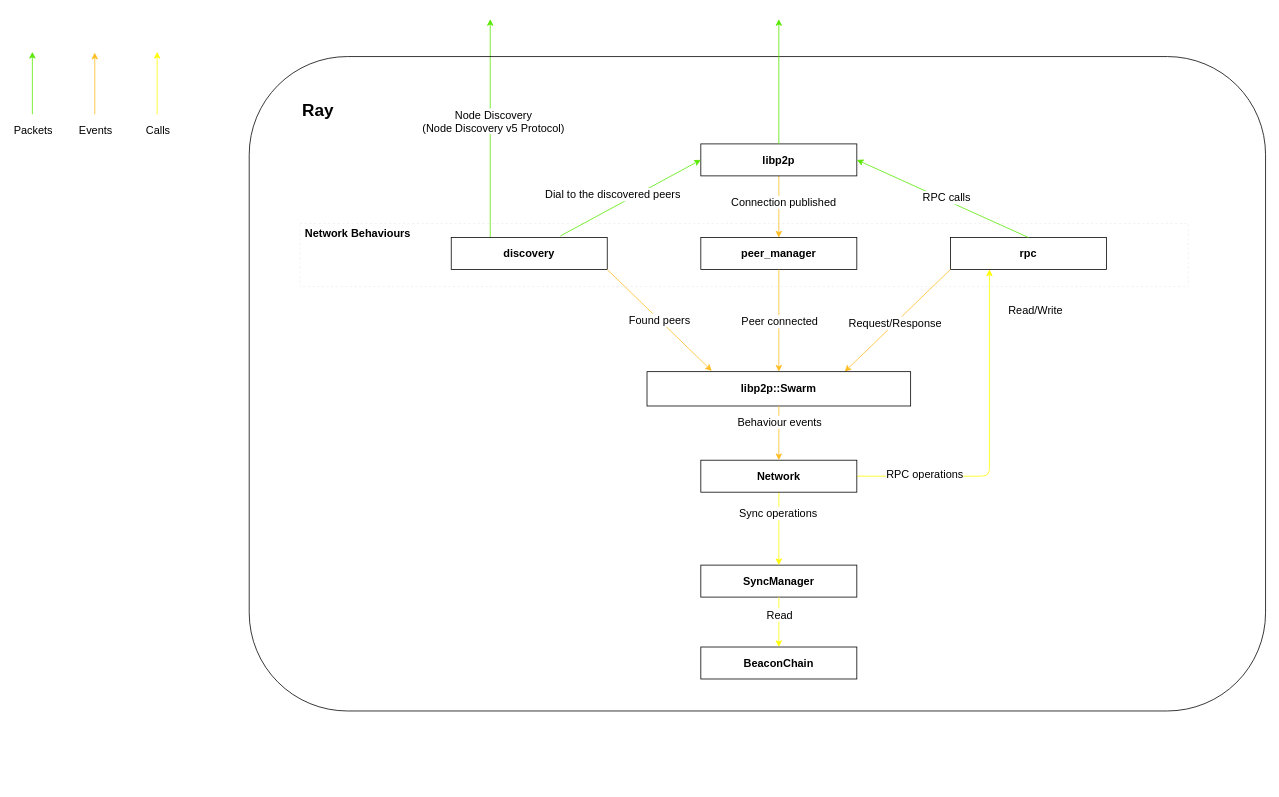
The draw.io diagram diagrams/architecture.drawio in ackintosh/ray, before the edit. Source tidied: cells renumbered, new cells numbered last; positions are measured from the earlier drawing's top-left corner, leaving out a move shared by most shapes. Both pictures are drawn from the tidied source at 78%, with x=0, y=0 at pixel (32, 19).
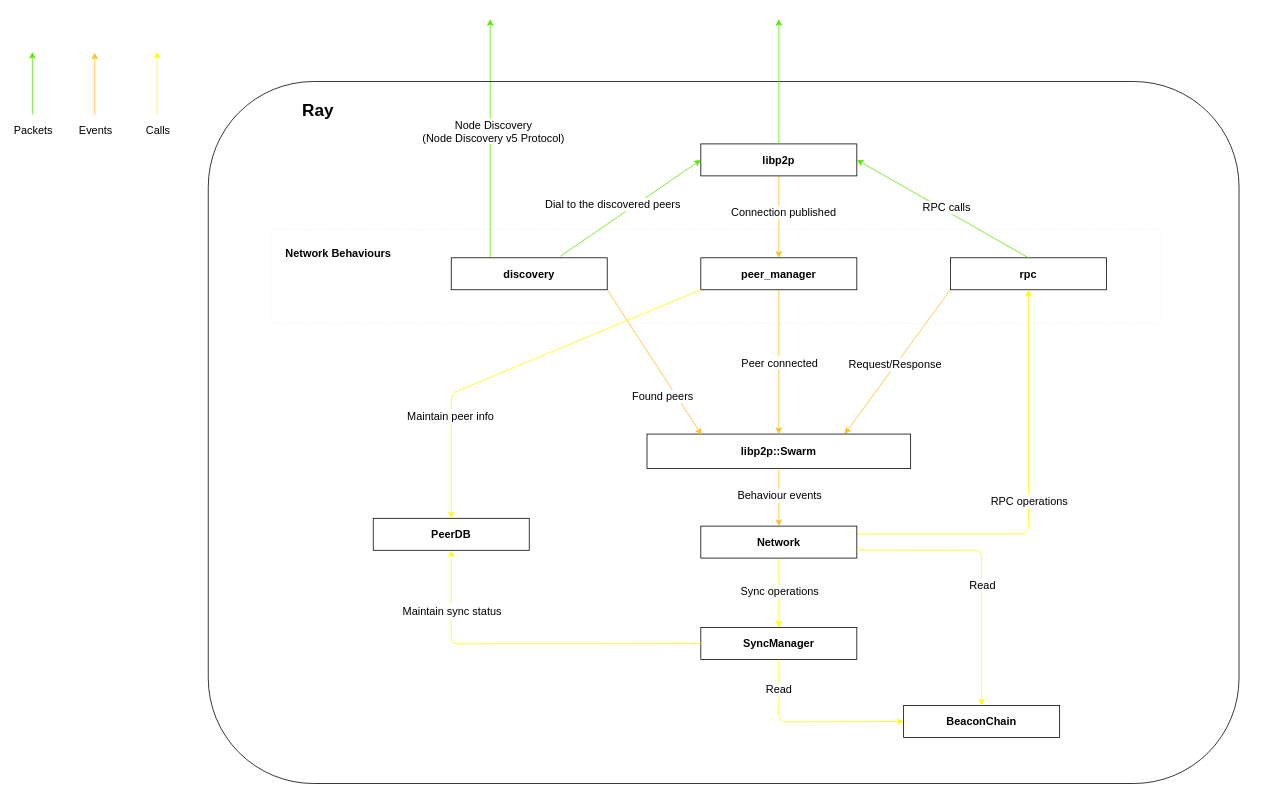
The same page after the edit.

What changed in the source:
```diff
@@
     <mxCell id="2" style="rounded=0;whiteSpace=wrap;html=1;fontSize=14;dashed=1;strokeColor=#F0F0F0;" parent="1" vertex="1">
-      <mxGeometry x="343" y="262" width="1139" height="81" as="geometry" />
+      <mxGeometry x="307" y="270" width="1140" height="120" as="geometry" />
     </mxCell>
@@
     <mxCell id="9" value="&lt;span style=&quot;font-size: 12px&quot;&gt;&lt;br&gt;&lt;/span&gt;" style="rounded=1;whiteSpace=wrap;html=1;fontSize=14;fillColor=none;" parent="1" vertex="1">
-      <mxGeometry x="278" y="48" width="1303" height="839" as="geometry" />
+      <mxGeometry x="225.5" y="80" width="1321.5" height="900" as="geometry" />
     </mxCell>
     <mxCell id="10" value="discovery" style="rounded=0;whiteSpace=wrap;html=1;fontSize=14;fontStyle=1;" parent="1" vertex="1">
-      <mxGeometry x="537" y="280" width="200" height="41" as="geometry" />
+      <mxGeometry x="537" y="306" width="200" height="41" as="geometry" />
     </mxCell>
     <mxCell id="11" value="peer_manager" style="rounded=0;whiteSpace=wrap;html=1;fontSize=14;fontStyle=1;" parent="1" vertex="1">
-      <mxGeometry x="857" y="280" width="200" height="41" as="geometry" />
+      <mxGeometry x="857" y="306" width="200" height="41" as="geometry" />
     </mxCell>
     <mxCell id="12" value="rpc" style="rounded=0;whiteSpace=wrap;html=1;fontSize=14;fontStyle=1;" parent="1" vertex="1">
-      <mxGeometry x="1177" y="280" width="200" height="41" as="geometry" />
+      <mxGeometry x="1177" y="306" width="200" height="41" as="geometry" />
     </mxCell>
     <mxCell id="13" value="BeaconChain" style="rounded=0;whiteSpace=wrap;html=1;fontSize=14;fontStyle=1;" parent="1" vertex="1">
-      <mxGeometry x="857" y="805" width="200" height="41" as="geometry" />
+      <mxGeometry x="1117" y="880" width="200" height="41" as="geometry" />
     </mxCell>
@@
-    <mxCell id="23" style="endArrow=classic;html=1;fontSize=18;strokeColor=#FFFF00;entryX=0.25;entryY=1;entryDx=0;entryDy=0;exitX=1;exitY=0.5;exitDx=0;exitDy=0;" parent="1" edge="1" source="38" target="12">
+    <mxCell id="23" style="endArrow=classic;html=1;fontSize=18;strokeColor=#FFFF00;entryX=0.5;entryY=1;entryDx=0;entryDy=0;exitX=1;exitY=0.25;exitDx=0;exitDy=0;" parent="1" edge="1" source="38" target="12">
       <mxGeometry x="350" y="-290" as="geometry">
         <Array as="points">
-          <mxPoint x="1227" y="586" />
+          <mxPoint x="1277" y="660" />
         </Array>
       </mxGeometry>
     </mxCell>
     <mxCell id="24" value="RPC operations" style="edgeLabel;html=1;align=center;verticalAlign=middle;fontSize=14;" parent="23" vertex="1">
       <mxGeometry relative="1" as="geometry">
-        <mxPoint x="-84" y="45" as="offset" />
+        <mxPoint y="4" as="offset" />
       </mxGeometry>
     </mxCell>
@@
-    <mxCell id="28" value="Read/Write" style="edgeLabel;html=1;align=center;verticalAlign=middle;fontSize=14;" parent="1" vertex="1">
-      <mxGeometry x="1277" y="374" as="geometry">
-        <mxPoint x="8" y="-2" as="offset" />
-      </mxGeometry>
-    </mxCell>
@@
     <mxCell id="32" value="SyncManager" style="rounded=0;whiteSpace=wrap;html=1;fontSize=14;fontStyle=1;" parent="1" vertex="1">
-      <mxGeometry x="857" y="700" width="200" height="41" as="geometry" />
+      <mxGeometry x="857" y="780" width="200" height="41" as="geometry" />
     </mxCell>
     <mxCell id="33" style="endArrow=classic;html=1;fontSize=18;strokeColor=#FFFF00;exitX=0.5;exitY=1;exitDx=0;exitDy=0;" parent="1" edge="1" source="38" target="32">
-      <mxGeometry x="360" y="-109.5" as="geometry" />
+      <mxGeometry x="360" y="-29.5" as="geometry" />
     </mxCell>
     <mxCell id="34" value="Sync operations" style="edgeLabel;html=1;align=center;verticalAlign=middle;fontSize=14;" parent="33" vertex="1">
       <mxGeometry relative="1" as="geometry">
-        <mxPoint x="-2" y="-20" as="offset" />
+        <mxPoint y="-3" as="offset" />
       </mxGeometry>
     </mxCell>
-    <mxCell id="35" style="endArrow=classic;html=1;fontSize=18;strokeColor=#FFFF00;entryX=0.5;entryY=0;entryDx=0;entryDy=0;exitX=0.5;exitY=1;exitDx=0;exitDy=0;" parent="1" edge="1" source="32" target="13">
-      <mxGeometry x="370" y="-130" as="geometry" />
+    <mxCell id="35" style="endArrow=classic;html=1;fontSize=18;strokeColor=#FFFF00;entryX=0;entryY=0.5;entryDx=0;entryDy=0;exitX=0.5;exitY=1;exitDx=0;exitDy=0;" parent="1" edge="1" source="32" target="13">
+      <mxGeometry x="370" y="-50" as="geometry">
+        <Array as="points">
+          <mxPoint x="957" y="901" />
+        </Array>
+      </mxGeometry>
     </mxCell>
     <mxCell id="36" value="Read" style="edgeLabel;html=1;align=center;verticalAlign=middle;fontSize=14;" parent="35" vertex="1">
       <mxGeometry relative="1" as="geometry">
-        <mxPoint y="-10" as="offset" />
+        <mxPoint x="-40" y="-41" as="offset" />
       </mxGeometry>
     </mxCell>
     <mxCell id="37" value="&lt;b style=&quot;font-size: 12px&quot;&gt;&lt;font style=&quot;font-size: 14px&quot;&gt;libp2p::Swarm&lt;/font&gt;&lt;/b&gt;" style="rounded=0;whiteSpace=wrap;html=1;fontSize=14;fontStyle=1;" parent="1" vertex="1">
-      <mxGeometry x="788" y="452" width="338" height="44" as="geometry" />
+      <mxGeometry x="788" y="532" width="338" height="44" as="geometry" />
     </mxCell>
     <mxCell id="38" value="Network" style="rounded=0;whiteSpace=wrap;html=1;fontSize=14;fontStyle=1;" parent="1" vertex="1">
-      <mxGeometry x="857" y="565.5" width="200" height="41" as="geometry" />
+      <mxGeometry x="857" y="650" width="200" height="41" as="geometry" />
     </mxCell>
     <mxCell id="39" style="endArrow=classic;html=1;fontSize=18;fillColor=#e3c800;strokeColor=#FFBC21;exitX=0.5;exitY=1;exitDx=0;exitDy=0;entryX=0.5;entryY=0;entryDx=0;entryDy=0;" parent="1" edge="1" source="37" target="38">
-      <mxGeometry x="-256" y="541.5" as="geometry" />
+      <mxGeometry x="-256" y="621.5" as="geometry" />
     </mxCell>
     <mxCell id="40" value="Behaviour events" style="edgeLabel;html=1;align=center;verticalAlign=middle;fontSize=14;" parent="39" vertex="1">
       <mxGeometry relative="1" as="geometry">
-        <mxPoint y="-15" as="offset" />
+        <mxPoint y="-3" as="offset" />
       </mxGeometry>
     </mxCell>
     <mxCell id="41" value="Network Behaviours" style="edgeLabel;html=1;align=center;verticalAlign=middle;fontSize=14;fontStyle=1;" parent="1" vertex="1">
-      <mxGeometry x="416" y="274" as="geometry" />
+      <mxGeometry x="391" y="300" as="geometry" />
     </mxCell>
-    <mxCell id="42" style="endArrow=classic;html=1;fontSize=18;fillColor=#e3c800;strokeColor=#FFBC21;exitX=1;exitY=1;exitDx=0;exitDy=0;" parent="1" edge="1" source="10">
-      <mxGeometry x="-275" y="370" as="geometry">
-        <mxPoint x="871" y="451" as="targetPoint" />
-      </mxGeometry>
+    <mxCell id="42" style="endArrow=classic;html=1;fontSize=18;fillColor=#e3c800;strokeColor=#FFBC21;exitX=1;exitY=1;exitDx=0;exitDy=0;entryX=0.207;entryY=0.023;entryDx=0;entryDy=0;entryPerimeter=0;" parent="1" edge="1" source="10" target="37">
+      <mxGeometry x="-275" y="370" as="geometry" />
     </mxCell>
     <mxCell id="43" value="Found peers" style="edgeLabel;html=1;align=center;verticalAlign=middle;fontSize=14;" parent="42" vertex="1">
-      <mxGeometry relative="1" as="geometry" />
+      <mxGeometry relative="1" as="geometry">
+        <mxPoint x="10" y="43" as="offset" />
+      </mxGeometry>
     </mxCell>
+    <mxCell id="44" value="PeerDB" style="rounded=0;whiteSpace=wrap;html=1;fontSize=14;fontStyle=1;" parent="1" vertex="1">
+      <mxGeometry x="437" y="640" width="200" height="41" as="geometry" />
+    </mxCell>
+    <mxCell id="45" style="endArrow=classic;html=1;fontSize=18;strokeColor=#FFFF00;exitX=0;exitY=1;exitDx=0;exitDy=0;entryX=0.5;entryY=0;entryDx=0;entryDy=0;" parent="1" edge="1" source="11" target="44">
+      <mxGeometry x="360" y="-280" as="geometry">
+        <Array as="points">
+          <mxPoint x="537" y="480" />
+        </Array>
+      </mxGeometry>
+    </mxCell>
+    <mxCell id="46" value="Maintain peer info" style="edgeLabel;html=1;align=center;verticalAlign=middle;fontSize=14;" parent="45" vertex="1">
+      <mxGeometry relative="1" as="geometry">
+        <mxPoint x="-88" y="64" as="offset" />
+      </mxGeometry>
+    </mxCell>
+    <mxCell id="47" style="endArrow=classic;html=1;fontSize=18;strokeColor=#FFFF00;exitX=0;exitY=0.5;exitDx=0;exitDy=0;entryX=0.5;entryY=1;entryDx=0;entryDy=0;" parent="1" edge="1" source="32" target="44">
+      <mxGeometry x="370" y="-270" as="geometry">
+        <Array as="points">
+          <mxPoint x="537" y="801" />
+        </Array>
+      </mxGeometry>
+    </mxCell>
+    <mxCell id="48" value="Maintain sync status" style="edgeLabel;html=1;align=center;verticalAlign=middle;fontSize=14;" parent="47" vertex="1">
+      <mxGeometry relative="1" as="geometry">
+        <mxPoint x="-100" y="-41" as="offset" />
+      </mxGeometry>
+    </mxCell>
+    <mxCell id="49" style="endArrow=classic;html=1;fontSize=18;strokeColor=#FFFF00;entryX=0.5;entryY=0;entryDx=0;entryDy=0;exitX=1;exitY=0.75;exitDx=0;exitDy=0;" parent="1" edge="1" source="38" target="13">
+      <mxGeometry x="380" y="-40" as="geometry">
+        <Array as="points">
+          <mxPoint x="1217" y="681" />
+        </Array>
+      </mxGeometry>
+    </mxCell>
+    <mxCell id="50" value="Read" style="edgeLabel;html=1;align=center;verticalAlign=middle;fontSize=14;" parent="49" vertex="1">
+      <mxGeometry relative="1" as="geometry">
+        <mxPoint y="25" as="offset" />
+      </mxGeometry>
+    </mxCell>
```
